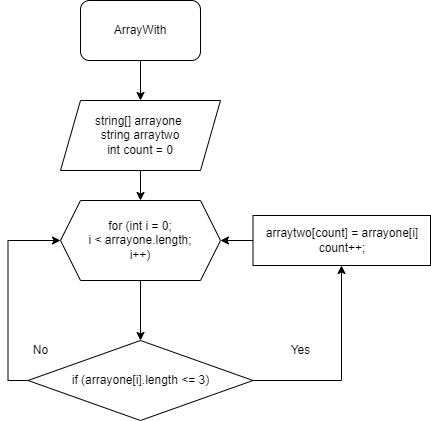
The draw.io diagram drawio/ArrayWith.drawio.png in GrafanyS/TaskLesson, before a commit. Source tidied: cells renumbered, new cells last; positions are measured from the earlier drawing's top-left corner, leaving out a move shared by most shapes.
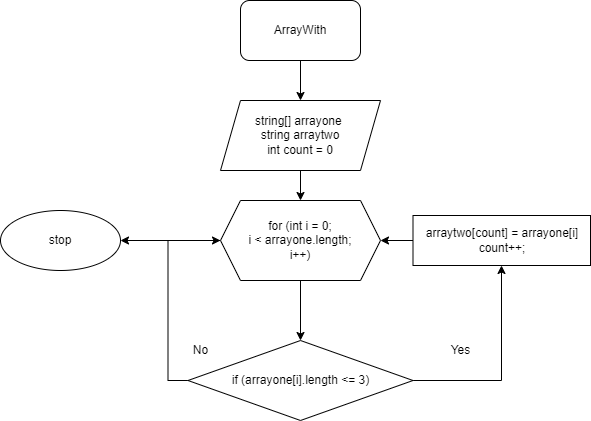
After the commit.

What changed in the source:
```diff
@@ -17,6 +17,9 @@
     <mxCell id="6" style="edgeStyle=orthogonalEdgeStyle;rounded=0;jettySize=auto;html=1;" parent="1" edge="1" source="7" target="10">
       <mxGeometry relative="1" as="geometry" />
     </mxCell>
+    <mxCell id="15" style="edgeStyle=none;html=1;" parent="1" edge="1" source="7" target="16">
+      <mxGeometry relative="1" as="geometry" />
+    </mxCell>
     <mxCell id="7" value="for (int i = 0;&lt;br&gt;i &amp;lt; arrayone.length;&lt;br&gt;i++)" style="shape=hexagon;perimeter=hexagonPerimeter2;whiteSpace=wrap;html=1;fixedSize=1;" parent="1" vertex="1">
       <mxGeometry x="35" y="200" width="160" height="80" as="geometry" />
     </mxCell>
@@ -45,5 +48,8 @@
     <mxCell id="14" value="No" style="text;html=1;align=center;verticalAlign=middle;strokeColor=none;fillColor=none;" parent="1" vertex="1">
       <mxGeometry y="340" width="30" height="20" as="geometry" />
     </mxCell>
+    <mxCell id="16" value="stop" style="ellipse;whiteSpace=wrap;html=1;" parent="1" vertex="1">
+      <mxGeometry x="-185" y="210" width="120" height="60" as="geometry" />
+    </mxCell>
   </root>
 </mxGraphModel>
```
